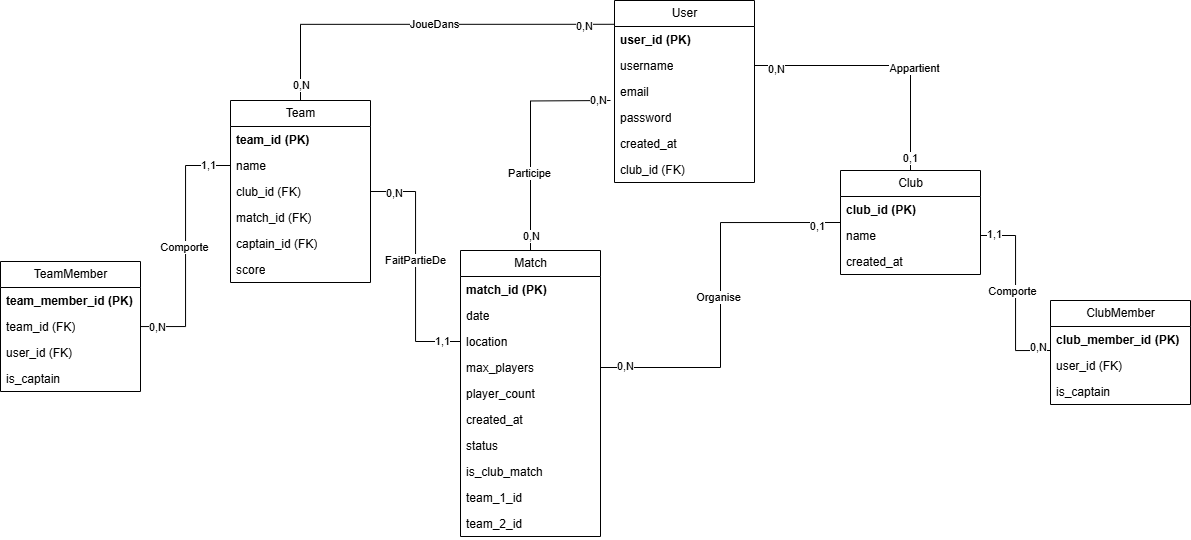
Mathistrg/Styx keeps this draw.io diagram as MLD.drawio.png. Above is the earlier version. Source tidied: cells renumbered, new cells last; positions are measured from the earlier drawing's top-left corner, leaving out a move shared by most shapes.
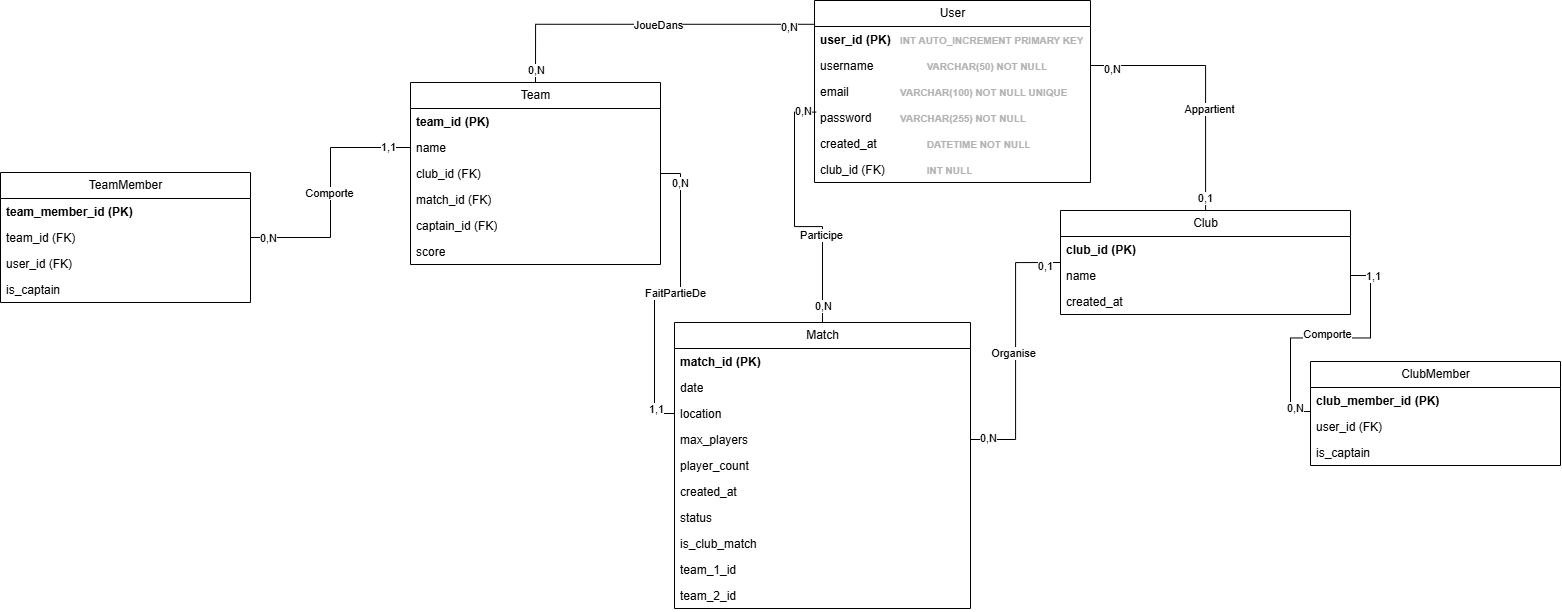
Later version of the same file.

Commit message:
Mettre à jour MLD.drawio.png

The edit, as a diff of the source:
```diff
@@ -3,75 +3,73 @@
     <mxCell id="0" />
     <mxCell id="1" parent="0" />
     <mxCell id="2" value="User" style="swimlane;fontStyle=0;horizontal=1;startSize=26;fillColor=none;html=1;" parent="1" vertex="1">
-      <mxGeometry x="614" width="140" height="182" as="geometry" />
+      <mxGeometry x="614" y="10" width="276" height="182" as="geometry" />
     </mxCell>
-    <mxCell id="3" value="&lt;b&gt;user_id (PK)&lt;/b&gt;" style="text;strokeColor=none;fillColor=none;align=left;verticalAlign=top;spacingLeft=4;spacingRight=4;overflow=hidden;points=[[0,0.5],[1,0.5]];portConstraint=eastwest;whiteSpace=wrap;html=1;" parent="2" vertex="1">
-      <mxGeometry y="26" width="140" height="26" as="geometry" />
+    <mxCell id="3" value="&lt;b&gt;user_id (PK)&lt;span style=&quot;white-space: pre;&quot;&gt;&#9;&lt;/span&gt;&lt;font style=&quot;font-size: 10px; color: rgb(179, 179, 179);&quot;&gt;INT AUTO_INCREMENT PRIMARY KEY&lt;/font&gt;&lt;/b&gt;" style="text;strokeColor=none;fillColor=none;align=left;verticalAlign=top;spacingLeft=4;spacingRight=4;overflow=hidden;points=[[0,0.5],[1,0.5]];portConstraint=eastwest;whiteSpace=wrap;html=1;" parent="2" vertex="1">
+      <mxGeometry y="26" width="276" height="26" as="geometry" />
     </mxCell>
-    <mxCell id="4" value="username" style="text;strokeColor=none;fillColor=none;align=left;verticalAlign=top;spacingLeft=4;spacingRight=4;overflow=hidden;points=[[0,0.5],[1,0.5]];portConstraint=eastwest;whiteSpace=wrap;html=1;" parent="2" vertex="1">
-      <mxGeometry y="52" width="140" height="26" as="geometry" />
+    <mxCell id="4" value="username&lt;span style=&quot;white-space: pre;&quot;&gt;&#9;&lt;/span&gt;&lt;span style=&quot;white-space: pre;&quot;&gt;&#9;&lt;/span&gt;&lt;font color=&quot;#b3b3b3&quot;&gt;&lt;span style=&quot;font-size: 10px;&quot;&gt;&lt;b&gt;VARCHAR(50) NOT NULL&lt;/b&gt;&lt;/span&gt;&lt;/font&gt;" style="text;strokeColor=none;fillColor=none;align=left;verticalAlign=top;spacingLeft=4;spacingRight=4;overflow=hidden;points=[[0,0.5],[1,0.5]];portConstraint=eastwest;whiteSpace=wrap;html=1;" parent="2" vertex="1">
+      <mxGeometry y="52" width="276" height="26" as="geometry" />
     </mxCell>
-    <mxCell id="5" value="email" style="text;strokeColor=none;fillColor=none;align=left;verticalAlign=top;spacingLeft=4;spacingRight=4;overflow=hidden;whiteSpace=wrap;html=1;" parent="2" vertex="1">
-      <mxGeometry y="78" width="140" height="26" as="geometry" />
+    <mxCell id="5" value="email&lt;span style=&quot;white-space: pre;&quot;&gt;&#9;&lt;/span&gt;&lt;span style=&quot;white-space: pre;&quot;&gt;&#9;&lt;/span&gt;&lt;font color=&quot;#b3b3b3&quot;&gt;&lt;span style=&quot;font-size: 10px;&quot;&gt;&lt;b&gt;VARCHAR(100) NOT NULL UNIQUE&lt;/b&gt;&lt;/span&gt;&lt;/font&gt;" style="text;strokeColor=none;fillColor=none;align=left;verticalAlign=top;spacingLeft=4;spacingRight=4;overflow=hidden;whiteSpace=wrap;html=1;" parent="2" vertex="1">
+      <mxGeometry y="78" width="276" height="26" as="geometry" />
     </mxCell>
-    <mxCell id="6" value="password" style="text;strokeColor=none;fillColor=none;align=left;verticalAlign=top;spacingLeft=4;spacingRight=4;overflow=hidden;points=[[0,0.5],[1,0.5]];portConstraint=eastwest;whiteSpace=wrap;html=1;" parent="2" vertex="1">
-      <mxGeometry y="104" width="140" height="26" as="geometry" />
+    <mxCell id="6" value="password&lt;span style=&quot;white-space: pre;&quot;&gt;&#9;&lt;/span&gt;&lt;span style=&quot;white-space: pre;&quot;&gt;&#9;&lt;/span&gt;&lt;font color=&quot;#b3b3b3&quot;&gt;&lt;span style=&quot;font-size: 10px;&quot;&gt;&lt;b&gt;VARCHAR(255) NOT NULL&lt;/b&gt;&lt;/span&gt;&lt;/font&gt;" style="text;strokeColor=none;fillColor=none;align=left;verticalAlign=top;spacingLeft=4;spacingRight=4;overflow=hidden;points=[[0,0.5],[1,0.5]];portConstraint=eastwest;whiteSpace=wrap;html=1;" parent="2" vertex="1">
+      <mxGeometry y="104" width="276" height="26" as="geometry" />
     </mxCell>
-    <mxCell id="7" value="created_at" style="text;strokeColor=none;fillColor=none;align=left;verticalAlign=top;spacingLeft=4;spacingRight=4;overflow=hidden;whiteSpace=wrap;html=1;" parent="2" vertex="1">
-      <mxGeometry y="130" width="140" height="26" as="geometry" />
+    <mxCell id="7" value="created_at&lt;span style=&quot;white-space: pre;&quot;&gt;&#9;&lt;/span&gt;&lt;span style=&quot;white-space: pre;&quot;&gt;&#9;&lt;/span&gt;&lt;font color=&quot;#b3b3b3&quot;&gt;&lt;span style=&quot;font-size: 10px;&quot;&gt;&lt;b&gt;DATETIME NOT NULL&lt;/b&gt;&lt;/span&gt;&lt;/font&gt;" style="text;strokeColor=none;fillColor=none;align=left;verticalAlign=top;spacingLeft=4;spacingRight=4;overflow=hidden;whiteSpace=wrap;html=1;" parent="2" vertex="1">
+      <mxGeometry y="130" width="276" height="26" as="geometry" />
     </mxCell>
-    <mxCell id="8" value="club_id (FK)" style="text;strokeColor=none;fillColor=none;align=left;verticalAlign=top;spacingLeft=4;spacingRight=4;overflow=hidden;whiteSpace=wrap;html=1;" parent="2" vertex="1">
-      <mxGeometry y="156" width="140" height="26" as="geometry" />
+    <mxCell id="8" value="club_id (FK)&lt;span style=&quot;white-space: pre;&quot;&gt;&#9;&lt;/span&gt;&lt;span style=&quot;white-space: pre;&quot;&gt;&#9;&lt;/span&gt;&lt;font color=&quot;#b3b3b3&quot;&gt;&lt;span style=&quot;font-size: 10px;&quot;&gt;&lt;b&gt;INT NULL&lt;/b&gt;&lt;/span&gt;&lt;/font&gt;" style="text;strokeColor=none;fillColor=none;align=left;verticalAlign=top;spacingLeft=4;spacingRight=4;overflow=hidden;whiteSpace=wrap;html=1;" parent="2" vertex="1">
+      <mxGeometry y="156" width="276" height="26" as="geometry" />
     </mxCell>
     <mxCell id="9" value="Match" style="swimlane;fontStyle=0;horizontal=1;startSize=26;fillColor=none;html=1;" parent="1" vertex="1">
-      <mxGeometry x="460" y="250" width="140" height="286" as="geometry" />
+      <mxGeometry x="474" y="332" width="296" height="286" as="geometry" />
     </mxCell>
     <mxCell id="10" value="&lt;b&gt;match_id (PK)&lt;/b&gt;" style="text;strokeColor=none;fillColor=none;align=left;verticalAlign=top;spacingLeft=4;spacingRight=4;overflow=hidden;whiteSpace=wrap;html=1;" parent="9" vertex="1">
-      <mxGeometry y="26" width="140" height="26" as="geometry" />
+      <mxGeometry y="26" width="296" height="26" as="geometry" />
     </mxCell>
     <mxCell id="11" value="date" style="text;strokeColor=none;fillColor=none;align=left;verticalAlign=top;spacingLeft=4;spacingRight=4;overflow=hidden;whiteSpace=wrap;html=1;" parent="9" vertex="1">
-      <mxGeometry y="52" width="140" height="26" as="geometry" />
+      <mxGeometry y="52" width="296" height="26" as="geometry" />
     </mxCell>
     <mxCell id="12" value="location" style="text;strokeColor=none;fillColor=none;align=left;verticalAlign=top;spacingLeft=4;spacingRight=4;overflow=hidden;points=[[0,0.5],[1,0.5]];portConstraint=eastwest;whiteSpace=wrap;html=1;" parent="9" vertex="1">
-      <mxGeometry y="78" width="140" height="26" as="geometry" />
+      <mxGeometry y="78" width="296" height="26" as="geometry" />
     </mxCell>
     <mxCell id="13" value="max_players" style="text;strokeColor=none;fillColor=none;align=left;verticalAlign=top;spacingLeft=4;spacingRight=4;overflow=hidden;points=[[0,0.5],[1,0.5]];portConstraint=eastwest;whiteSpace=wrap;html=1;" parent="9" vertex="1">
-      <mxGeometry y="104" width="140" height="26" as="geometry" />
+      <mxGeometry y="104" width="296" height="26" as="geometry" />
     </mxCell>
     <mxCell id="14" value="player_count" style="text;strokeColor=none;fillColor=none;align=left;verticalAlign=top;spacingLeft=4;spacingRight=4;overflow=hidden;whiteSpace=wrap;html=1;" parent="9" vertex="1">
-      <mxGeometry y="130" width="140" height="26" as="geometry" />
+      <mxGeometry y="130" width="296" height="26" as="geometry" />
     </mxCell>
     <mxCell id="15" value="created_at" style="text;strokeColor=none;fillColor=none;align=left;verticalAlign=top;spacingLeft=4;spacingRight=4;overflow=hidden;whiteSpace=wrap;html=1;" parent="9" vertex="1">
-      <mxGeometry y="156" width="140" height="26" as="geometry" />
+      <mxGeometry y="156" width="296" height="26" as="geometry" />
     </mxCell>
     <mxCell id="16" value="status" style="text;strokeColor=none;fillColor=none;align=left;verticalAlign=top;spacingLeft=4;spacingRight=4;overflow=hidden;whiteSpace=wrap;html=1;" parent="9" vertex="1">
-      <mxGeometry y="182" width="140" height="26" as="geometry" />
+      <mxGeometry y="182" width="296" height="26" as="geometry" />
     </mxCell>
     <mxCell id="17" value="is_club_match" style="text;strokeColor=none;fillColor=none;align=left;verticalAlign=top;spacingLeft=4;spacingRight=4;overflow=hidden;whiteSpace=wrap;html=1;" parent="9" vertex="1">
-      <mxGeometry y="208" width="140" height="26" as="geometry" />
+      <mxGeometry y="208" width="296" height="26" as="geometry" />
     </mxCell>
     <mxCell id="18" value="team_1_id" style="text;strokeColor=none;fillColor=none;align=left;verticalAlign=top;spacingLeft=4;spacingRight=4;overflow=hidden;whiteSpace=wrap;html=1;" parent="9" vertex="1">
-      <mxGeometry y="234" width="140" height="26" as="geometry" />
+      <mxGeometry y="234" width="296" height="26" as="geometry" />
     </mxCell>
     <mxCell id="19" value="team_2_id" style="text;strokeColor=none;fillColor=none;align=left;verticalAlign=top;spacingLeft=4;spacingRight=4;overflow=hidden;whiteSpace=wrap;html=1;" parent="9" vertex="1">
-      <mxGeometry y="260" width="140" height="26" as="geometry" />
+      <mxGeometry y="260" width="296" height="26" as="geometry" />
     </mxCell>
     <mxCell id="20" value="Club" style="swimlane;fontStyle=0;horizontal=1;startSize=26;fillColor=none;html=1;" parent="1" vertex="1">
-      <mxGeometry x="840" y="170" width="140" height="104" as="geometry" />
+      <mxGeometry x="860" y="220" width="290" height="104" as="geometry" />
     </mxCell>
     <mxCell id="21" value="&lt;b&gt;club_id (PK)&lt;/b&gt;" style="text;strokeColor=none;fillColor=none;align=left;verticalAlign=top;spacingLeft=4;spacingRight=4;overflow=hidden;whiteSpace=wrap;html=1;" parent="20" vertex="1">
-      <mxGeometry y="26" width="140" height="26" as="geometry" />
+      <mxGeometry y="26" width="290" height="26" as="geometry" />
     </mxCell>
     <mxCell id="22" value="name" style="text;strokeColor=none;fillColor=none;align=left;verticalAlign=top;spacingLeft=4;spacingRight=4;overflow=hidden;points=[[0,0.5],[1,0.5]];portConstraint=eastwest;whiteSpace=wrap;html=1;" parent="20" vertex="1">
-      <mxGeometry y="52" width="140" height="26" as="geometry" />
+      <mxGeometry y="52" width="290" height="26" as="geometry" />
     </mxCell>
     <mxCell id="23" value="created_at" style="text;strokeColor=none;fillColor=none;align=left;verticalAlign=top;spacingLeft=4;spacingRight=4;overflow=hidden;whiteSpace=wrap;html=1;" parent="20" vertex="1">
-      <mxGeometry y="78" width="140" height="26" as="geometry" />
+      <mxGeometry y="78" width="290" height="26" as="geometry" />
     </mxCell>
-    <mxCell id="24" style="edgeStyle=orthogonalEdgeStyle;rounded=0;jettySize=auto;html=1;entryX=0.5;entryY=0;entryDx=0;entryDy=0;startArrow=none;startFill=0;endArrow=none;endFill=0;" parent="1" edge="1" target="9">
-      <mxGeometry relative="1" as="geometry">
-        <mxPoint x="610" y="100" as="sourcePoint" />
-      </mxGeometry>
+    <mxCell id="24" style="edgeStyle=orthogonalEdgeStyle;rounded=0;jettySize=auto;html=1;entryX=0.5;entryY=0;entryDx=0;entryDy=0;startArrow=none;startFill=0;endArrow=none;endFill=0;exitX=0.006;exitY=0.292;exitDx=0;exitDy=0;exitPerimeter=0;" parent="1" edge="1" source="6" target="9">
+      <mxGeometry relative="1" as="geometry" />
     </mxCell>
     <mxCell id="25" value="Participe" style="edgeLabel;html=1;align=center;verticalAlign=middle;" parent="24" vertex="1">
       <mxGeometry x="0.32" y="-2" relative="1" as="geometry" />
@@ -107,25 +105,25 @@
       <mxGeometry x="0.9" y="-1" relative="1" as="geometry" />
     </mxCell>
     <mxCell id="36" value="Team" style="swimlane;fontStyle=0;horizontal=1;startSize=26;fillColor=none;html=1;" parent="1" vertex="1">
-      <mxGeometry x="230" y="100" width="140" height="182" as="geometry" />
+      <mxGeometry x="210" y="92" width="250" height="182" as="geometry" />
     </mxCell>
     <mxCell id="37" value="&lt;b&gt;team_id (PK)&lt;/b&gt;" style="text;strokeColor=none;fillColor=none;align=left;verticalAlign=top;spacingLeft=4;spacingRight=4;overflow=hidden;whiteSpace=wrap;html=1;" parent="36" vertex="1">
-      <mxGeometry y="26" width="140" height="26" as="geometry" />
+      <mxGeometry y="26" width="250" height="26" as="geometry" />
     </mxCell>
     <mxCell id="38" value="name" style="text;strokeColor=none;fillColor=none;align=left;verticalAlign=top;spacingLeft=4;spacingRight=4;overflow=hidden;points=[[0,0.5],[1,0.5]];portConstraint=eastwest;whiteSpace=wrap;html=1;" parent="36" vertex="1">
-      <mxGeometry y="52" width="140" height="26" as="geometry" />
+      <mxGeometry y="52" width="250" height="26" as="geometry" />
     </mxCell>
     <mxCell id="39" value="club_id (FK)" style="text;strokeColor=none;fillColor=none;align=left;verticalAlign=top;spacingLeft=4;spacingRight=4;overflow=hidden;points=[[0,0.5],[1,0.5]];portConstraint=eastwest;whiteSpace=wrap;html=1;" parent="36" vertex="1">
-      <mxGeometry y="78" width="140" height="26" as="geometry" />
+      <mxGeometry y="78" width="250" height="26" as="geometry" />
     </mxCell>
     <mxCell id="40" value="match_id (FK)" style="text;strokeColor=none;fillColor=none;align=left;verticalAlign=top;spacingLeft=4;spacingRight=4;overflow=hidden;whiteSpace=wrap;html=1;" parent="36" vertex="1">
-      <mxGeometry y="104" width="140" height="26" as="geometry" />
+      <mxGeometry y="104" width="250" height="26" as="geometry" />
     </mxCell>
     <mxCell id="41" value="captain_id (FK)" style="text;strokeColor=none;fillColor=none;align=left;verticalAlign=top;spacingLeft=4;spacingRight=4;overflow=hidden;whiteSpace=wrap;html=1;" parent="36" vertex="1">
-      <mxGeometry y="130" width="140" height="26" as="geometry" />
+      <mxGeometry y="130" width="250" height="26" as="geometry" />
     </mxCell>
     <mxCell id="42" value="score" style="text;strokeColor=none;fillColor=none;align=left;verticalAlign=top;spacingLeft=4;spacingRight=4;overflow=hidden;whiteSpace=wrap;html=1;" parent="36" vertex="1">
-      <mxGeometry y="156" width="140" height="26" as="geometry" />
+      <mxGeometry y="156" width="250" height="26" as="geometry" />
     </mxCell>
     <mxCell id="43" style="edgeStyle=orthogonalEdgeStyle;rounded=0;jettySize=auto;html=1;entryX=0.5;entryY=0;entryDx=0;entryDy=0;endArrow=none;endFill=0;exitX=0.002;exitY=-0.085;exitDx=0;exitDy=0;exitPerimeter=0;" parent="1" edge="1" source="3" target="36">
       <mxGeometry relative="1" as="geometry" />
@@ -140,19 +138,19 @@
       <mxGeometry x="-0.84" y="2" relative="1" as="geometry" />
     </mxCell>
     <mxCell id="47" value="TeamMember" style="swimlane;fontStyle=0;horizontal=1;startSize=26;fillColor=none;html=1;" parent="1" vertex="1">
-      <mxGeometry y="261" width="140" height="130" as="geometry" />
+      <mxGeometry x="-200" y="182" width="250" height="130" as="geometry" />
     </mxCell>
     <mxCell id="48" value="&lt;b&gt;team_member_id (PK)&lt;/b&gt;" style="text;strokeColor=none;fillColor=none;align=left;verticalAlign=top;spacingLeft=4;spacingRight=4;overflow=hidden;whiteSpace=wrap;html=1;" parent="47" vertex="1">
-      <mxGeometry y="26" width="140" height="26" as="geometry" />
+      <mxGeometry y="26" width="250" height="26" as="geometry" />
     </mxCell>
     <mxCell id="49" value="team_id (FK)" style="text;strokeColor=none;fillColor=none;align=left;verticalAlign=top;spacingLeft=4;spacingRight=4;overflow=hidden;points=[[0,0.5],[1,0.5]];portConstraint=eastwest;whiteSpace=wrap;html=1;" parent="47" vertex="1">
-      <mxGeometry y="52" width="140" height="26" as="geometry" />
+      <mxGeometry y="52" width="250" height="26" as="geometry" />
     </mxCell>
     <mxCell id="50" value="user_id (FK)" style="text;strokeColor=none;fillColor=none;align=left;verticalAlign=top;spacingLeft=4;spacingRight=4;overflow=hidden;whiteSpace=wrap;html=1;" parent="47" vertex="1">
-      <mxGeometry y="78" width="140" height="26" as="geometry" />
+      <mxGeometry y="78" width="250" height="26" as="geometry" />
     </mxCell>
     <mxCell id="51" value="is_captain" style="text;strokeColor=none;fillColor=none;align=left;verticalAlign=top;spacingLeft=4;spacingRight=4;overflow=hidden;whiteSpace=wrap;html=1;" parent="47" vertex="1">
-      <mxGeometry y="104" width="140" height="26" as="geometry" />
+      <mxGeometry y="104" width="250" height="26" as="geometry" />
     </mxCell>
     <mxCell id="52" style="edgeStyle=orthogonalEdgeStyle;rounded=0;jettySize=auto;html=1;entryX=0;entryY=0.5;entryDx=0;entryDy=0;endArrow=none;endFill=0;" parent="1" edge="1" source="39" target="12">
       <mxGeometry relative="1" as="geometry" />
@@ -179,16 +177,16 @@
       <mxGeometry x="0.82" y="1" relative="1" as="geometry" />
     </mxCell>
     <mxCell id="60" value="ClubMember" style="swimlane;fontStyle=0;horizontal=1;startSize=26;fillColor=none;html=1;" parent="1" vertex="1">
-      <mxGeometry x="1050" y="300" width="140" height="104" as="geometry" />
+      <mxGeometry x="1110" y="371" width="250" height="104" as="geometry" />
     </mxCell>
     <mxCell id="61" value="&lt;b&gt;club_member_id (PK)&lt;/b&gt;" style="text;strokeColor=none;fillColor=none;align=left;verticalAlign=top;spacingLeft=4;spacingRight=4;overflow=hidden;points=[[0,0.5],[1,0.5]];portConstraint=eastwest;whiteSpace=wrap;html=1;" parent="60" vertex="1">
-      <mxGeometry y="26" width="140" height="26" as="geometry" />
+      <mxGeometry y="26" width="250" height="26" as="geometry" />
     </mxCell>
     <mxCell id="62" value="user_id (FK)" style="text;strokeColor=none;fillColor=none;align=left;verticalAlign=top;spacingLeft=4;spacingRight=4;overflow=hidden;whiteSpace=wrap;html=1;" parent="60" vertex="1">
-      <mxGeometry y="52" width="140" height="26" as="geometry" />
+      <mxGeometry y="52" width="250" height="26" as="geometry" />
     </mxCell>
     <mxCell id="63" value="is_captain" style="text;strokeColor=none;fillColor=none;align=left;verticalAlign=top;spacingLeft=4;spacingRight=4;overflow=hidden;whiteSpace=wrap;html=1;" parent="60" vertex="1">
-      <mxGeometry y="78" width="140" height="26" as="geometry" />
+      <mxGeometry y="78" width="250" height="26" as="geometry" />
     </mxCell>
     <mxCell id="64" style="edgeStyle=orthogonalEdgeStyle;rounded=0;jettySize=auto;html=1;entryX=0;entryY=0.923;entryDx=0;entryDy=0;entryPerimeter=0;endArrow=none;endFill=0;" parent="1" edge="1" source="22" target="61">
       <mxGeometry relative="1" as="geometry" />
```
